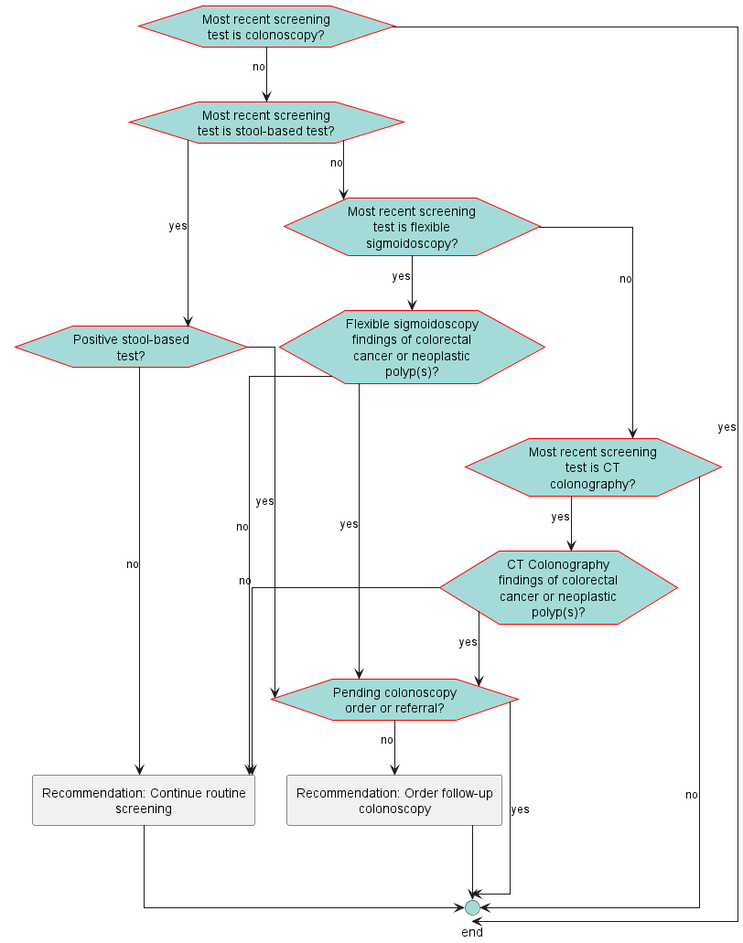
ccsm-cds-tools/CDC-Colorectal-Cancer-Screening-CDS-L2 keeps this PlantUML diagram as images/flow-FollowUp.png. Above is the earlier version.
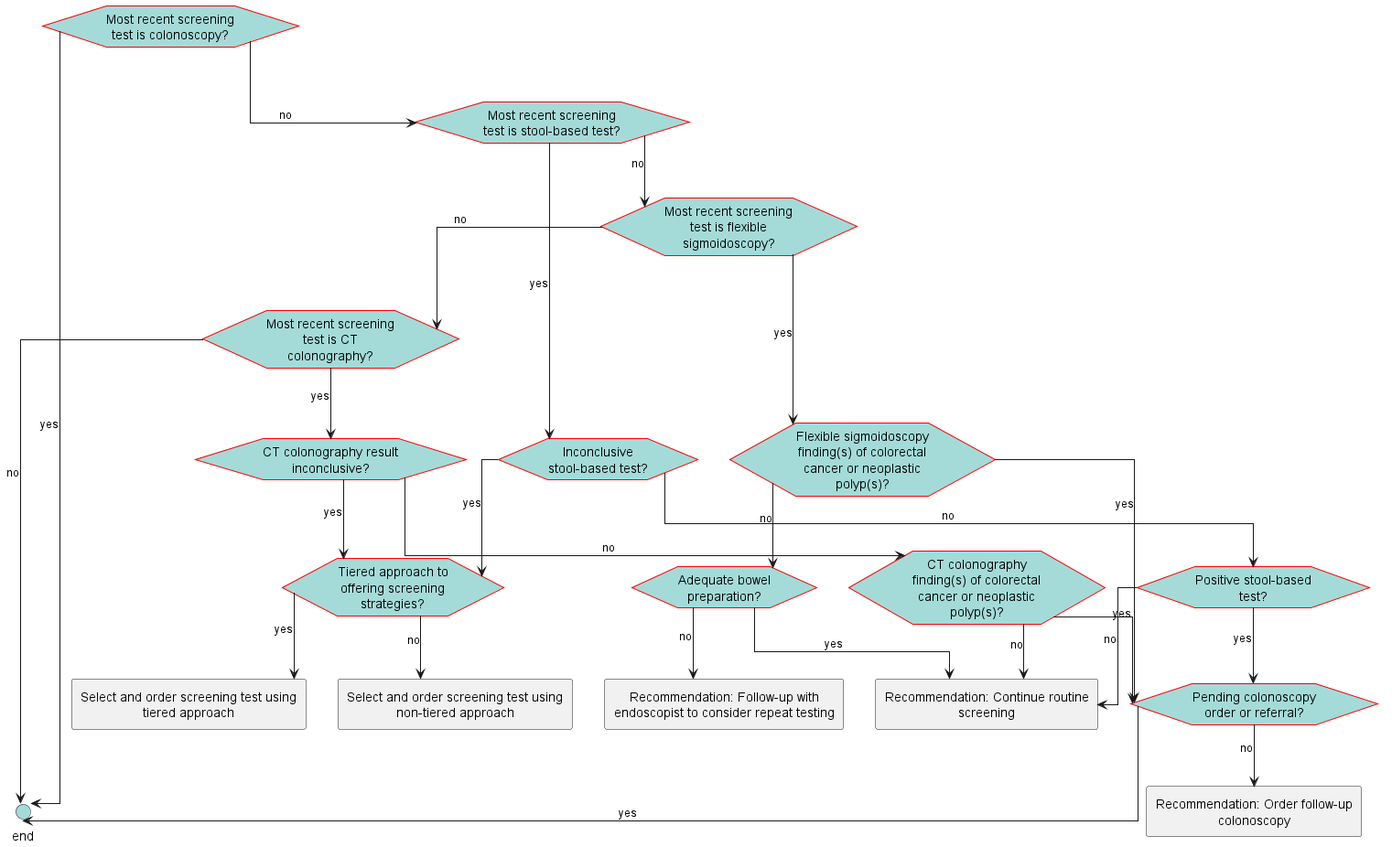
The same file after the commit.

Diff of the diagram source:
```diff
@@ -19,31 +19,44 @@
 </style>
 hexagon "Most recent screening test is colonoscopy?" as eve_lastTestColonoscopy [[#eve-lastTestColonoscopy]]
 hexagon "Most recent screening test is stool-based test?" as eve_lastTestStool [[#eve-lastTestStool]]
+hexagon "Inconclusive stool-based test?" as eve_inconclusiveStoolTest [[#eve-inconclusiveStoolTest]]
 hexagon "Positive stool-based test?" as eve_abnormalStoolTest [[#eve-abnormalStoolTest]]
 hexagon "Most recent screening test is flexible sigmoidoscopy?" as eve_lastTestFlexSig [[#eve-lastTestFlexSig]]
-hexagon "Flexible sigmoidoscopy findings of colorectal cancer or neoplastic polyp(s)?" as eve_abnormalFlexSig [[#eve-abnormalFlexSig]]
+hexagon "Flexible sigmoidoscopy finding(s) of colorectal cancer or neoplastic polyp(s)?" as eve_abnormalFlexSig [[#eve-abnormalFlexSig]]
+hexagon "Adequate bowel preparation?" as eve_adequateBowelPrep [[#eve-adequateBowelPrep]]
 hexagon "Most recent screening test is CT colonography?" as eve_lastTestCTC [[#eve-lastTestCTC]]
-hexagon "CT Colonography findings of colorectal cancer or neoplastic polyp(s)?" as eve_abnormalCTColonography [[#eve-abnormalCTColonography]]
+hexagon "CT colonography result inconclusive?" as eve_inconclusiveCTColonography [[#eve-inconclusiveCTColonography]]
+hexagon "Tiered approach to offering screening strategies?" as eve_TieredApproach [[#eve-TieredApproach]]
+hexagon "CT colonography finding(s) of colorectal cancer or neoplastic polyp(s)?" as eve_abnormalCTColonography [[#eve-abnormalCTColonography]]
 hexagon "Pending colonoscopy order or referral?" as eve_pendingColonoscopy [[#eve-pendingColonoscopy]]
+circle "end" as end_1 <<end>>
 rectangle "Recommendation: Continue routine screening" as act_continueRoutineScreening [[#act-continueRoutineScreening]]
+rectangle "Recommendation: Follow-up with endoscopist to consider repeat testing" as act_followUpEndoscopist [[#act-followUpEndoscopist]]
+rectangle "Select and order screening test using tiered approach" as act_PickScreeningMethodTiered [[#act-PickScreeningMethodTiered]]
+rectangle "Select and order screening test using non-tiered approach" as act_PickScreeningMethodNonTiered [[#act-PickScreeningMethodNonTiered]]
 rectangle "Recommendation: Order follow-up colonoscopy" as act_FollowUpColonoscopy [[#act-FollowUpColonoscopy]]
-circle "end" as end_1 <<end>>
-eve_lastTestColonoscopy-[norank]->end_1: yes
+eve_lastTestColonoscopy-->end_1: yes
 eve_lastTestColonoscopy-->eve_lastTestStool: no
-eve_lastTestStool-->eve_abnormalStoolTest: yes
+eve_lastTestStool-->eve_inconclusiveStoolTest: yes
 eve_lastTestStool-->eve_lastTestFlexSig: no
-eve_abnormalStoolTest---->eve_pendingColonoscopy: yes
-eve_abnormalStoolTest-[norank]->act_continueRoutineScreening: no
+eve_inconclusiveStoolTest-->eve_TieredApproach: yes
+eve_inconclusiveStoolTest-->eve_abnormalStoolTest: no
+eve_abnormalStoolTest-->eve_pendingColonoscopy: yes
+eve_abnormalStoolTest-->act_continueRoutineScreening: no
 eve_lastTestFlexSig-->eve_abnormalFlexSig: yes
 eve_lastTestFlexSig-->eve_lastTestCTC: no
-eve_abnormalFlexSig---->eve_pendingColonoscopy: yes
-eve_abnormalFlexSig-[norank]>act_continueRoutineScreening: no
-eve_lastTestCTC-->eve_abnormalCTColonography: yes
+eve_abnormalFlexSig-->eve_pendingColonoscopy: yes
+eve_abnormalFlexSig-->eve_adequateBowelPrep: no
+eve_adequateBowelPrep-->act_continueRoutineScreening: yes
+eve_adequateBowelPrep-->act_followUpEndoscopist: no
+eve_lastTestCTC-->eve_inconclusiveCTColonography: yes
+eve_inconclusiveCTColonography-->eve_abnormalCTColonography: no
+eve_inconclusiveCTColonography-->eve_TieredApproach: yes
+eve_TieredApproach-->act_PickScreeningMethodTiered: yes
+eve_TieredApproach-->act_PickScreeningMethodNonTiered: no
 eve_lastTestCTC-->end_1: no
 eve_abnormalCTColonography-->eve_pendingColonoscopy: yes
-eve_abnormalCTColonography-[norank]->act_continueRoutineScreening: no
+eve_abnormalCTColonography-->act_continueRoutineScreening: no
 eve_pendingColonoscopy-->end_1: yes
 eve_pendingColonoscopy-->act_FollowUpColonoscopy: no
-act_continueRoutineScreening-->end_1
-act_FollowUpColonoscopy-->end_1
 @enduml
```
